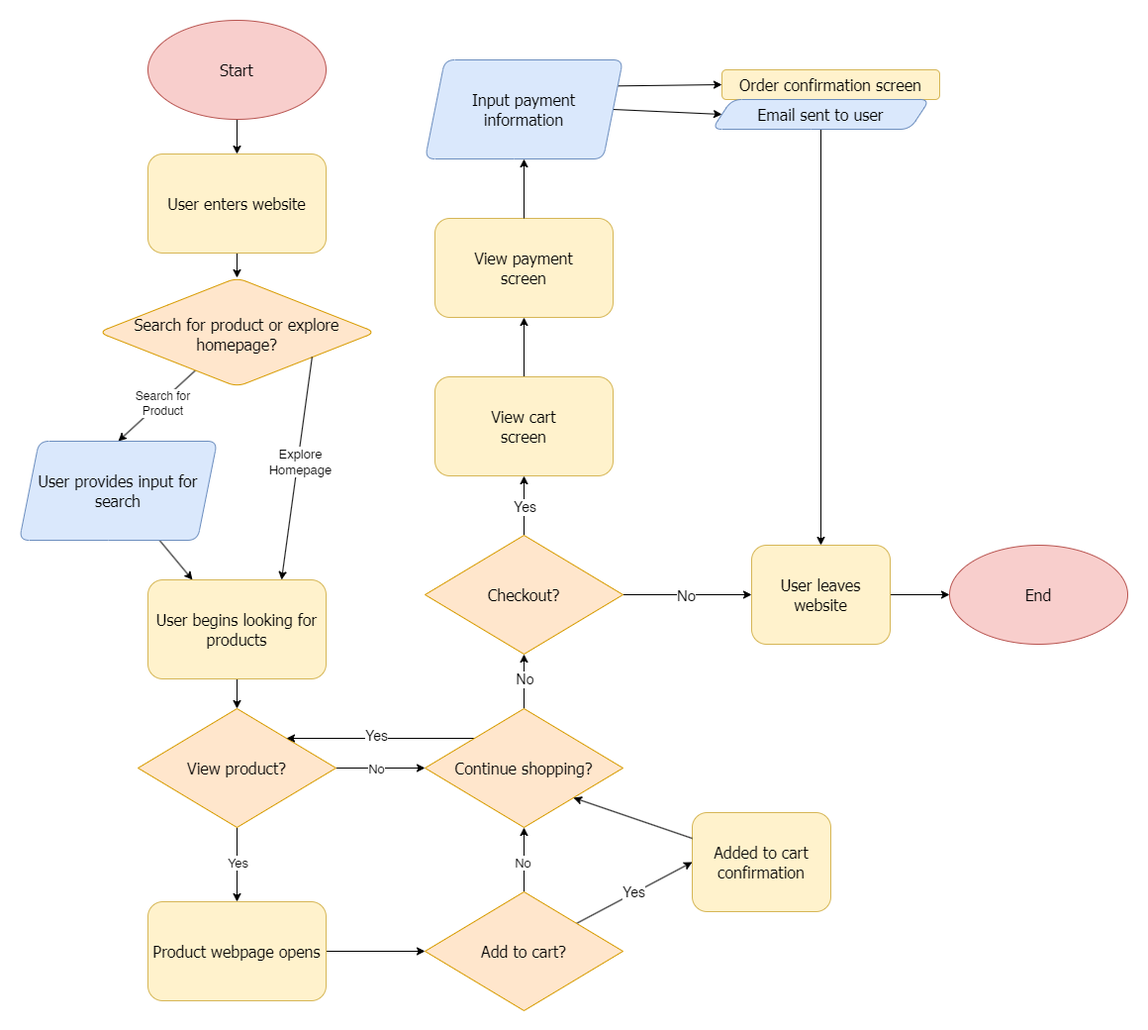
This is explore/diagramming/diagram.drawio.png from trishangvyen/sp25-cse110-lab4, a draw.io export, as it was before one commit. Source tidied: cells renumbered, new cells last; positions are measured from the earlier drawing's top-left corner, leaving out a move shared by most shapes.
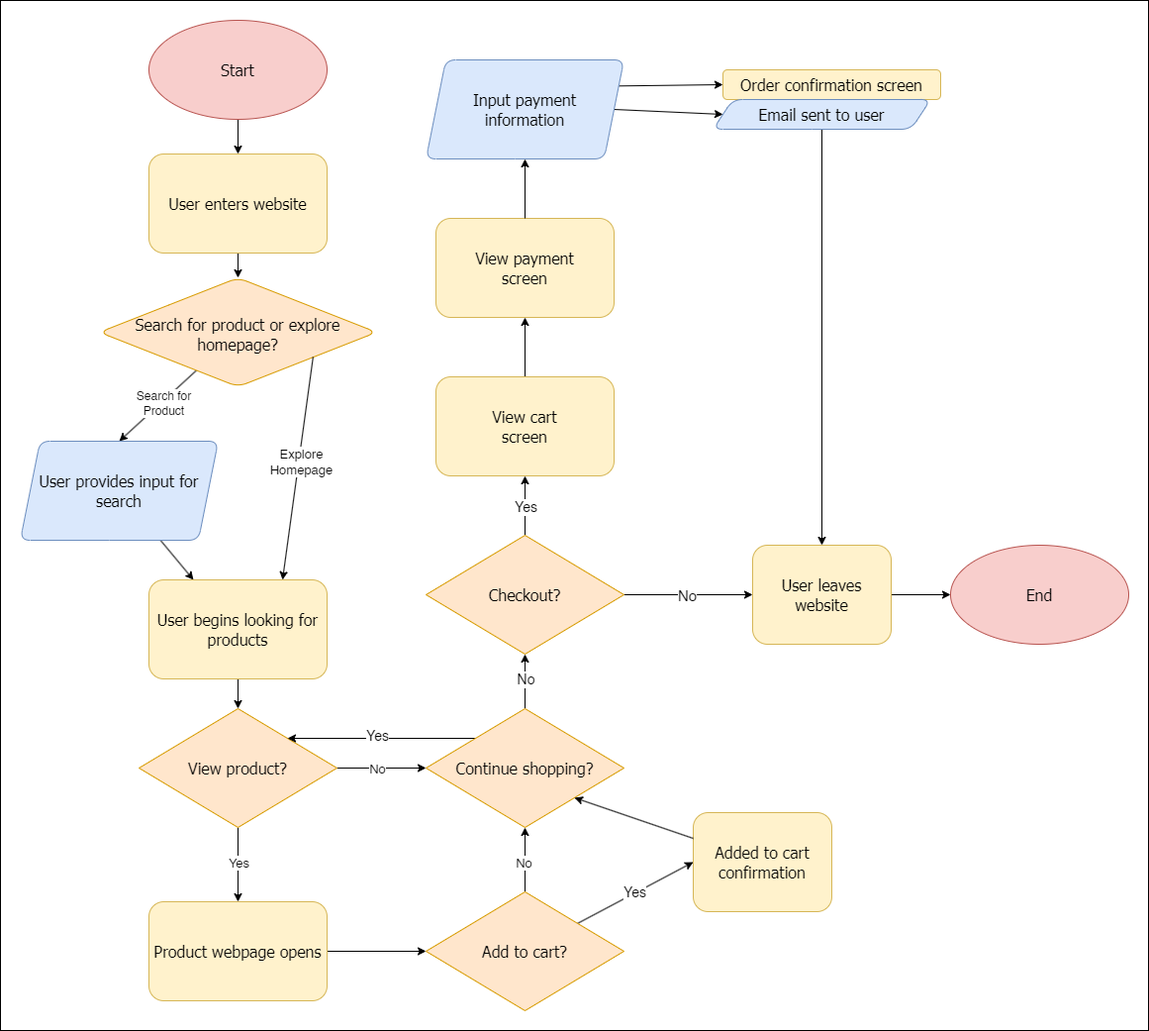
The same file after the commit.

Diff of the diagram source:
```diff
@@ -2,7 +2,7 @@
   <root>
     <mxCell id="0" />
     <mxCell id="1" parent="0" />
-    <mxCell id="2" style="rounded=0;whiteSpace=wrap;html=1;strokeColor=none;" parent="1" vertex="1">
+    <mxCell id="2" style="rounded=0;whiteSpace=wrap;html=1;fillColor=#FFFFFF;" parent="1" vertex="1">
       <mxGeometry width="1160" height="1040" as="geometry" />
     </mxCell>
     <mxCell id="3" style="edgeStyle=none;html=1;entryX=0.5;entryY=0;entryDx=0;entryDy=0;" parent="1" edge="1" source="4" target="7">
```
